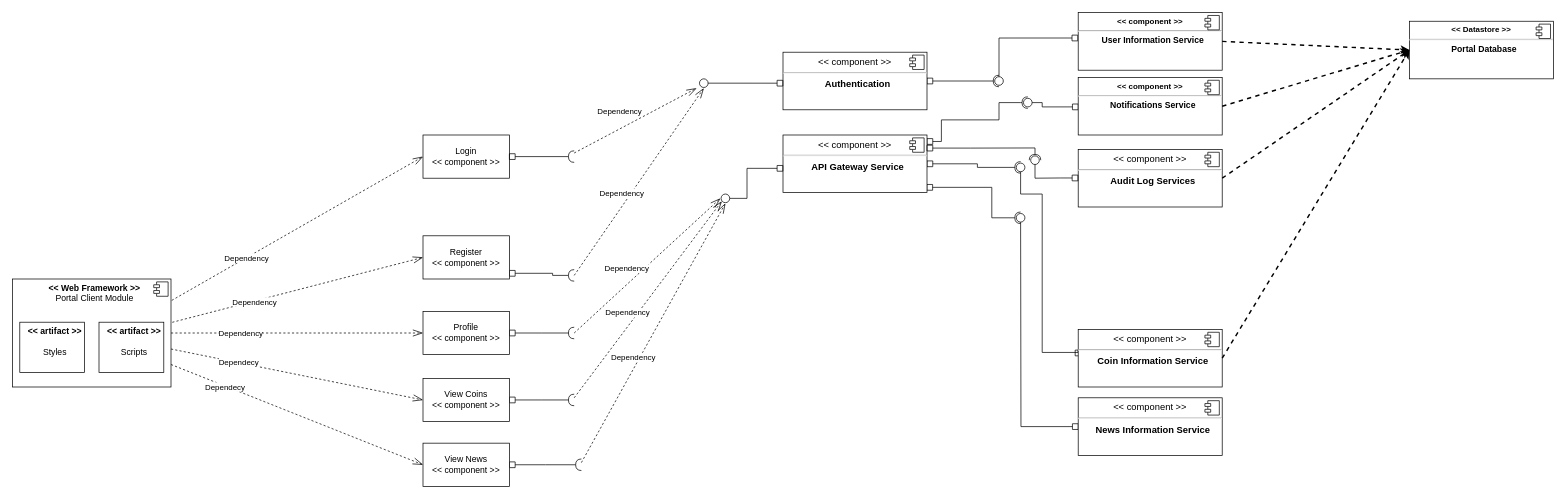
bgabrielma/ES_Project keeps this draw.io diagram as diagrams/components Diagram.drawio. Above is the earlier version. Source tidied: cells renumbered, new cells numbered last; positions are measured from the earlier drawing's top-left corner, leaving out a move shared by most shapes. Both pictures are drawn from the tidied source at 72%, with x=0, y=0 at pixel (12, 12).
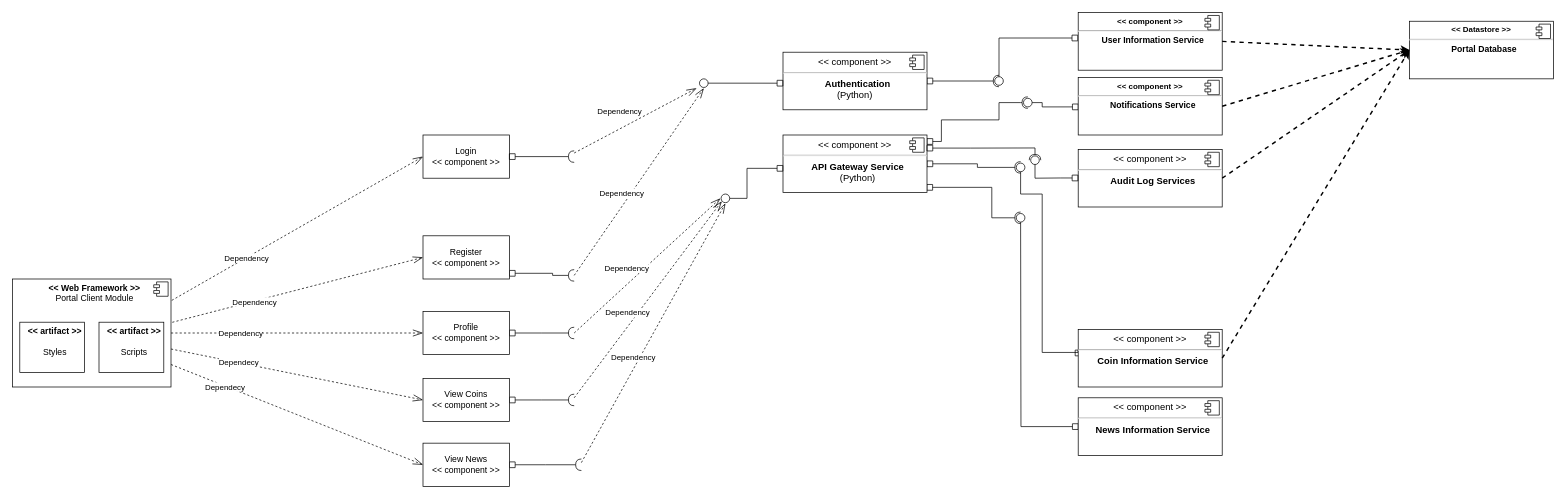
Above is the later version.

The edit, as a diff of the source:
```diff
@@
-    <mxCell id="25" value="&lt;p style=&quot;margin: 6px 0px 0px; font-size: 13px;&quot;&gt;&lt;span style=&quot;font-size: 13px;&quot;&gt;&lt;font style=&quot;font-size: 13px;&quot;&gt;&amp;lt;&amp;lt; component &amp;gt;&amp;gt;&lt;/font&gt;&lt;/span&gt;&lt;/p&gt;&lt;hr style=&quot;font-size: 13px;&quot;&gt;&lt;p style=&quot;margin: 0px 0px 0px 8px; font-size: 13px;&quot;&gt;&lt;b&gt;Authentication&lt;/b&gt;&lt;/p&gt;" style="align=center;overflow=fill;html=1;fontStyle=0;fontSize=13;" parent="1" vertex="1">
+    <mxCell id="25" value="&lt;p style=&quot;margin: 6px 0px 0px; font-size: 13px;&quot;&gt;&lt;span style=&quot;font-size: 13px;&quot;&gt;&lt;font style=&quot;font-size: 13px;&quot;&gt;&amp;lt;&amp;lt; component &amp;gt;&amp;gt;&lt;/font&gt;&lt;/span&gt;&lt;/p&gt;&lt;hr style=&quot;font-size: 13px;&quot;&gt;&lt;p style=&quot;margin: 0px 0px 0px 8px; font-size: 13px;&quot;&gt;&lt;b&gt;Authentication&lt;/b&gt;&lt;/p&gt;&lt;div&gt;(Python)&lt;br&gt;&lt;/div&gt;" style="align=center;overflow=fill;html=1;fontStyle=0;fontSize=13;" parent="1" vertex="1">
       <mxGeometry x="1070" y="55" width="200" height="80" as="geometry" />
     </mxCell>
@@
-    <mxCell id="32" value="&lt;p style=&quot;margin: 6px 0px 0px; font-size: 13px;&quot;&gt;&lt;span style=&quot;font-size: 13px;&quot;&gt;&lt;font style=&quot;font-size: 13px;&quot;&gt;&amp;lt;&amp;lt; component &amp;gt;&amp;gt;&lt;/font&gt;&lt;/span&gt;&lt;/p&gt;&lt;hr style=&quot;font-size: 13px;&quot;&gt;&lt;p style=&quot;margin: 0px 0px 0px 8px; font-size: 13px;&quot;&gt;&lt;b&gt;API Gateway Service&lt;/b&gt;&lt;/p&gt;" style="align=center;overflow=fill;html=1;fontStyle=0;fontSize=13;" parent="1" vertex="1">
+    <mxCell id="32" value="&lt;p style=&quot;margin: 6px 0px 0px; font-size: 13px;&quot;&gt;&lt;span style=&quot;font-size: 13px;&quot;&gt;&lt;font style=&quot;font-size: 13px;&quot;&gt;&amp;lt;&amp;lt; component &amp;gt;&amp;gt;&lt;/font&gt;&lt;/span&gt;&lt;/p&gt;&lt;hr style=&quot;font-size: 13px;&quot;&gt;&lt;p style=&quot;margin: 0px 0px 0px 8px; font-size: 13px;&quot;&gt;&lt;b&gt;API Gateway Service&lt;/b&gt;&lt;/p&gt;&lt;p style=&quot;margin: 0px 0px 0px 8px; font-size: 13px;&quot;&gt;(Python)&lt;b&gt;&lt;br&gt;&lt;/b&gt;&lt;/p&gt;" style="align=center;overflow=fill;html=1;fontStyle=0;fontSize=13;" parent="1" vertex="1">
       <mxGeometry x="1070" y="170" width="200" height="80" as="geometry" />
     </mxCell>
```
